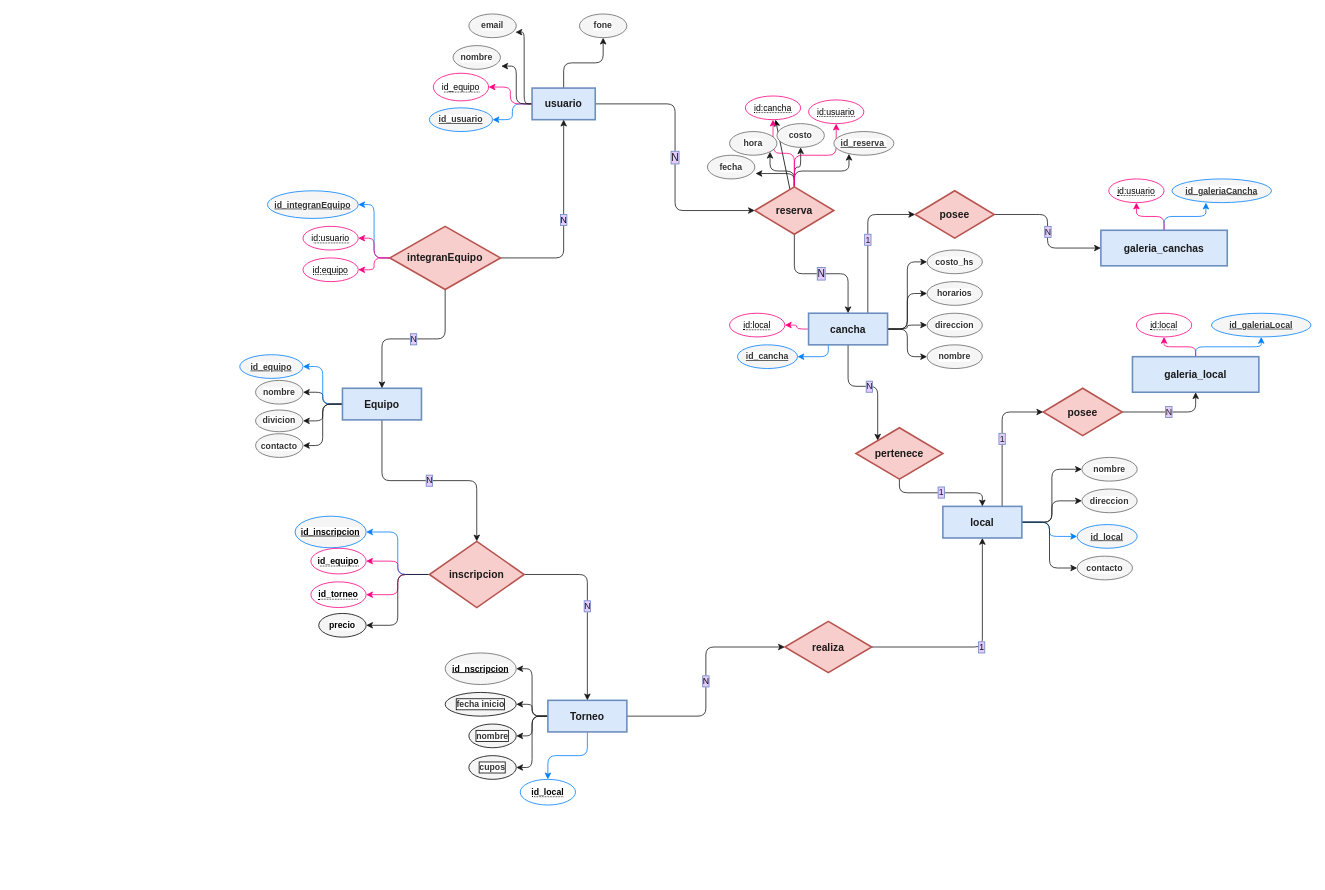
Earlier version of the draw.io diagram futbolConect.drawio (guillenec/FootballConnect). Source tidied: cells renumbered, new cells numbered last; positions are measured from the earlier drawing's top-left corner, leaving out a move shared by most shapes. Both pictures are drawn from the tidied source at 79%, with x=0, y=0 at pixel (239, 13).
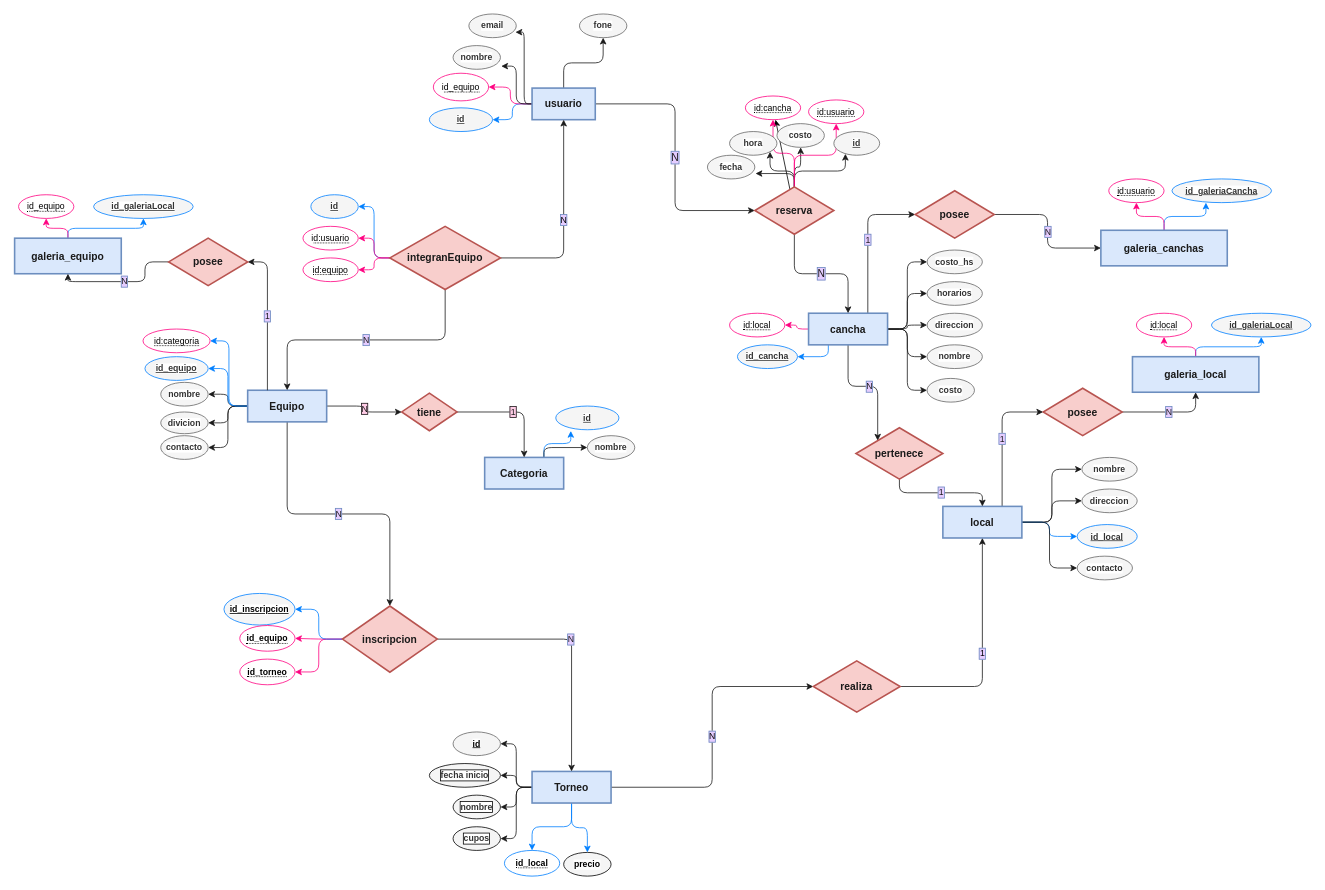
The same page after the edit.

The change refers to these unchanged cells:
```xml
<mxCell id="17" value="&lt;span style=&quot;font-size: 13px;&quot;&gt;&lt;font style=&quot;font-size: 13px;&quot;&gt;cancha&lt;/font&gt;&lt;/span&gt;" style="whiteSpace=wrap;html=1;align=center;fillColor=#dae8fc;strokeColor=#6c8ebf;fontStyle=1;fontFamily=jetbrainsmono nerd font;fontSize=13;verticalAlign=middle;strokeWidth=2;fontColor=#1A1A1A;" parent="1" vertex="1">
  <mxGeometry x="720" y="379" width="100" height="40" as="geometry" />
</mxCell>
<mxCell id="80" value="&lt;font face=&quot;jetbrainsmono nerd font&quot;&gt;&lt;b&gt;integranEquipo&lt;/b&gt;&lt;/font&gt;" style="shape=rhombus;perimeter=rhombusPerimeter;whiteSpace=wrap;html=1;align=center;fontSize=13;fillColor=#f8cecc;strokeColor=#b85450;strokeWidth=2;fontColor=#1A1A1A;" parent="1" vertex="1">
  <mxGeometry x="190" y="269" width="140" height="80" as="geometry" />
</mxCell>
```

Change to the diagram source:
```diff
@@
+    <mxCell id="113" style="edgeStyle=orthogonalEdgeStyle;html=1;strokeColor=#1A1A1A;entryX=0;entryY=0.5;entryDx=0;entryDy=0;" parent="1" edge="1" source="17" target="117">
+      <mxGeometry relative="1" as="geometry" />
+    </mxCell>
@@
+    <mxCell id="114" value="N" style="edgeStyle=orthogonalEdgeStyle;html=1;labelBackgroundColor=#FFCCE6;strokeColor=#1A1A1A;labelBorderColor=#1A1A1A;fontColor=#1A1A1A;" parent="1" edge="1" source="23" target="122">
+      <mxGeometry relative="1" as="geometry" />
+    </mxCell>
+    <mxCell id="115" style="edgeStyle=orthogonalEdgeStyle;html=1;entryX=1;entryY=0.5;entryDx=0;entryDy=0;labelBackgroundColor=#FFCCE6;labelBorderColor=#1A1A1A;strokeColor=#007FFF;fontColor=#1A1A1A;" parent="1" edge="1" source="23" target="125">
+      <mxGeometry relative="1" as="geometry" />
+    </mxCell>
     <mxCell id="23" value="&lt;span style=&quot;font-size: 13px;&quot;&gt;&lt;font style=&quot;font-size: 13px;&quot;&gt;Equipo&lt;br style=&quot;font-size: 13px;&quot;&gt;&lt;/font&gt;&lt;/span&gt;" style="whiteSpace=wrap;html=1;align=center;fillColor=#dae8fc;strokeColor=#6c8ebf;fontStyle=1;fontFamily=jetbrainsmono nerd font;fontSize=13;verticalAlign=middle;strokeWidth=2;fontColor=#1A1A1A;" parent="1" vertex="1">
-      <mxGeometry x="130" y="474" width="100" height="40" as="geometry" />
+      <mxGeometry x="10" y="476.5" width="100" height="40" as="geometry" />
     </mxCell>
@@
-    <mxCell id="34" value="id_usuario" style="ellipse;whiteSpace=wrap;html=1;align=center;fontStyle=5;labelBackgroundColor=#FFFFFF;strokeWidth=1;fontSize=11;fontColor=#333333;fillColor=#f5f5f5;strokeColor=#007FFF;" parent="1" vertex="1">
+    <mxCell id="34" value="id" style="ellipse;whiteSpace=wrap;html=1;align=center;fontStyle=5;labelBackgroundColor=#FFFFFF;strokeWidth=1;fontSize=11;fontColor=#333333;fillColor=#f5f5f5;strokeColor=#007FFF;" parent="1" vertex="1">
       <mxGeometry x="240" y="119" width="80" height="30" as="geometry" />
     </mxCell>
@@
-    <mxCell id="44" value="id_reserva&amp;nbsp;" style="ellipse;whiteSpace=wrap;html=1;align=center;fontStyle=5;labelBackgroundColor=#FFFFFF;strokeWidth=1;fontSize=11;fontColor=#333333;fillColor=#f5f5f5;strokeColor=#666666;" parent="1" vertex="1">
-      <mxGeometry x="752" y="149" width="76" height="30" as="geometry" />
+    <mxCell id="44" value="id" style="ellipse;whiteSpace=wrap;html=1;align=center;fontStyle=5;labelBackgroundColor=#FFFFFF;strokeWidth=1;fontSize=11;fontColor=#333333;fillColor=#f5f5f5;strokeColor=#666666;" parent="1" vertex="1">
+      <mxGeometry x="752" y="149" width="58" height="30" as="geometry" />
     </mxCell>
@@
+    <mxCell id="116" style="edgeStyle=orthogonalEdgeStyle;html=1;labelBackgroundColor=#FFCCE6;labelBorderColor=#1A1A1A;strokeColor=#007FFF;fontColor=#1A1A1A;" parent="1" edge="1" source="74" target="101">
+      <mxGeometry relative="1" as="geometry" />
+    </mxCell>
     <mxCell id="74" value="&lt;span style=&quot;font-size: 13px;&quot;&gt;&lt;font style=&quot;font-size: 13px;&quot;&gt;Torneo&lt;br style=&quot;font-size: 13px;&quot;&gt;&lt;/font&gt;&lt;/span&gt;" style="whiteSpace=wrap;html=1;align=center;fillColor=#dae8fc;strokeColor=#6c8ebf;fontStyle=1;fontFamily=jetbrainsmono nerd font;fontSize=13;verticalAlign=middle;strokeWidth=2;fontColor=#1A1A1A;" parent="1" vertex="1">
-      <mxGeometry x="390" y="869" width="100" height="40" as="geometry" />
+      <mxGeometry x="370" y="959" width="100" height="40" as="geometry" />
     </mxCell>
-    <mxCell id="75" value="N" style="edgeStyle=orthogonalEdgeStyle;html=1;labelBackgroundColor=#E5CCFF;labelBorderColor=#6C8EBF;strokeColor=#1A1A1A;strokeWidth=1;fontSize=11;fontColor=#1A1A1A;" parent="1" edge="1" source="80" target="23">
+    <mxCell id="75" value="N" style="edgeStyle=orthogonalEdgeStyle;html=1;labelBackgroundColor=#E5CCFF;labelBorderColor=#6C8EBF;strokeColor=#1A1A1A;strokeWidth=1;fontSize=11;fontColor=#1A1A1A;exitX=0.5;exitY=1;exitDx=0;exitDy=0;" parent="1" edge="1" source="80" target="23">
       <mxGeometry relative="1" as="geometry" />
     </mxCell>
@@
-    <mxCell id="85" style="edgeStyle=orthogonalEdgeStyle;html=1;entryX=1;entryY=0.5;entryDx=0;entryDy=0;labelBackgroundColor=#E5CCFF;labelBorderColor=#6C8EBF;strokeColor=#1A1A1A;strokeWidth=1;fontSize=11;fontColor=#000000;elbow=vertical;" parent="1" edge="1" source="86" target="101">
-      <mxGeometry relative="1" as="geometry" />
-    </mxCell>
     <mxCell id="86" value="&lt;span style=&quot;font-family: &amp;quot;jetbrainsmono nerd font&amp;quot;; font-weight: 700;&quot;&gt;inscripcion&lt;/span&gt;" style="shape=rhombus;perimeter=rhombusPerimeter;whiteSpace=wrap;html=1;align=center;fontSize=13;fillColor=#f8cecc;strokeColor=#b85450;strokeWidth=2;fontColor=#1A1A1A;" parent="1" vertex="1">
-      <mxGeometry x="240" y="667.8" width="120" height="83.8" as="geometry" />
+      <mxGeometry x="130" y="749.6" width="120" height="83.8" as="geometry" />
     </mxCell>
@@
     <mxCell id="89" value="id_equipo" style="ellipse;whiteSpace=wrap;html=1;align=center;fontStyle=5;labelBackgroundColor=#FFFFFF;strokeWidth=1;fontSize=11;fontColor=#333333;fillColor=#f5f5f5;strokeColor=#007FFF;" parent="1" vertex="1">
-      <mxGeometry y="431.5" width="80" height="30" as="geometry" />
+      <mxGeometry x="-120" y="434" width="80" height="30" as="geometry" />
     </mxCell>
     <mxCell id="90" value="nombre" style="ellipse;whiteSpace=wrap;html=1;align=center;labelBackgroundColor=#FFFFFF;strokeWidth=1;fontSize=11;fontColor=#333333;fillColor=#f5f5f5;strokeColor=#666666;fontStyle=1;" parent="1" vertex="1">
-      <mxGeometry x="20" y="464" width="60" height="30" as="geometry" />
+      <mxGeometry x="-100" y="466.5" width="60" height="30" as="geometry" />
     </mxCell>
     <mxCell id="91" value="divicion" style="ellipse;whiteSpace=wrap;html=1;align=center;labelBackgroundColor=#FFFFFF;strokeWidth=1;fontSize=11;fontColor=#333333;fillColor=#f5f5f5;strokeColor=#666666;fontStyle=1;" parent="1" vertex="1">
-      <mxGeometry x="20" y="501.5" width="60" height="27.5" as="geometry" />
+      <mxGeometry x="-100" y="504" width="60" height="27.5" as="geometry" />
     </mxCell>
     <mxCell id="92" value="contacto" style="ellipse;whiteSpace=wrap;html=1;align=center;labelBackgroundColor=#FFFFFF;strokeWidth=1;fontSize=11;fontColor=#333333;fillColor=#f5f5f5;strokeColor=#666666;fontStyle=1;" parent="1" vertex="1">
-      <mxGeometry x="20" y="531.5" width="60" height="30" as="geometry" />
+      <mxGeometry x="-100" y="534" width="60" height="30" as="geometry" />
     </mxCell>
@@
     <mxCell id="94" value="id_inscripcion" style="ellipse;whiteSpace=wrap;html=1;align=center;fontStyle=5;labelBackgroundColor=#FFFFFF;strokeWidth=1;fontSize=11;fontColor=#000000;fillColor=#f5f5f5;strokeColor=#007FFF;" parent="1" vertex="1">
-      <mxGeometry x="70" y="635.9" width="90" height="40" as="geometry" />
+      <mxGeometry x="-20" y="733.7" width="90" height="40" as="geometry" />
     </mxCell>
     <mxCell id="95" value="&lt;span style=&quot;border-bottom: 1px dotted; font-size: 11px;&quot;&gt;&lt;font style=&quot;font-size: 11px;&quot;&gt;&lt;span style=&quot;font-size: 11px;&quot;&gt;id_equipo&lt;/span&gt;&lt;/font&gt;&lt;br style=&quot;font-size: 11px;&quot;&gt;&lt;/span&gt;" style="ellipse;whiteSpace=wrap;html=1;align=center;labelBackgroundColor=#FFFFFF;strokeWidth=1;fontSize=11;fontColor=#000000;fillColor=#FFFFFF;gradientColor=none;strokeColor=#FF0080;fontStyle=1;" parent="1" vertex="1">
-      <mxGeometry x="90" y="676.5" width="70" height="32.5" as="geometry" />
+      <mxGeometry y="774.3" width="70" height="32.5" as="geometry" />
     </mxCell>
     <mxCell id="96" value="&lt;span style=&quot;border-bottom: 1px dotted; font-size: 11px;&quot;&gt;&lt;font style=&quot;font-size: 11px;&quot;&gt;&lt;span style=&quot;font-size: 11px;&quot;&gt;id_torneo&lt;/span&gt;&lt;/font&gt;&lt;br style=&quot;font-size: 11px;&quot;&gt;&lt;/span&gt;" style="ellipse;whiteSpace=wrap;html=1;align=center;labelBackgroundColor=#FFFFFF;strokeWidth=1;fontSize=11;fontColor=#000000;fillColor=#FFFFFF;gradientColor=none;strokeColor=#FF0080;fontStyle=1;" parent="1" vertex="1">
-      <mxGeometry x="90" y="719" width="70" height="32.5" as="geometry" />
+      <mxGeometry y="816.8" width="70" height="32.5" as="geometry" />
     </mxCell>
-    <mxCell id="97" value="id_nscripcion" style="ellipse;whiteSpace=wrap;html=1;align=center;fontStyle=5;labelBackgroundColor=#FFFFFF;strokeWidth=1;fontSize=11;fontColor=#000000;fillColor=#f5f5f5;strokeColor=#666666;" parent="1" vertex="1">
-      <mxGeometry x="260" y="809" width="90" height="40" as="geometry" />
+    <mxCell id="97" value="id" style="ellipse;whiteSpace=wrap;html=1;align=center;fontStyle=5;labelBackgroundColor=#FFFFFF;strokeWidth=1;fontSize=11;fontColor=#000000;fillColor=#f5f5f5;strokeColor=#666666;" parent="1" vertex="1">
+      <mxGeometry x="270" y="909" width="60" height="30" as="geometry" />
     </mxCell>
     <mxCell id="98" value="nombre" style="ellipse;whiteSpace=wrap;html=1;align=center;labelBackgroundColor=#FFFFFF;strokeWidth=1;fontSize=11;fontColor=#333333;fillColor=#f5f5f5;strokeColor=#000000;fontStyle=1;labelBorderColor=default;" parent="1" vertex="1">
-      <mxGeometry x="290" y="899" width="60" height="30" as="geometry" />
+      <mxGeometry x="270" y="989" width="60" height="30" as="geometry" />
     </mxCell>
     <mxCell id="99" value="fecha inicio" style="ellipse;whiteSpace=wrap;html=1;align=center;labelBackgroundColor=#FFFFFF;strokeWidth=1;fontSize=11;fontColor=#333333;fillColor=#f5f5f5;strokeColor=#000000;fontStyle=1;labelBorderColor=default;" parent="1" vertex="1">
-      <mxGeometry x="260" y="859" width="90" height="30" as="geometry" />
+      <mxGeometry x="240" y="949" width="90" height="30" as="geometry" />
     </mxCell>
     <mxCell id="100" value="cupos" style="ellipse;whiteSpace=wrap;html=1;align=center;labelBackgroundColor=#FFFFFF;strokeWidth=1;fontSize=11;fontColor=#333333;fillColor=#f5f5f5;strokeColor=#000000;fontStyle=1;labelBorderColor=default;" parent="1" vertex="1">
-      <mxGeometry x="290" y="939" width="60" height="30" as="geometry" />
+      <mxGeometry x="270" y="1029" width="60" height="30" as="geometry" />
     </mxCell>
-    <mxCell id="101" value="precio" style="ellipse;whiteSpace=wrap;html=1;align=center;labelBackgroundColor=#FFFFFF;strokeWidth=1;fontSize=11;fontColor=#000000;fillColor=#f5f5f5;strokeColor=#000000;fontStyle=1;" parent="1" vertex="1">
-      <mxGeometry x="100" y="759" width="60" height="30" as="geometry" />
-    </mxCell>
@@
     <mxCell id="103" value="&lt;span style=&quot;font-family: &amp;quot;jetbrainsmono nerd font&amp;quot;; font-weight: 700;&quot;&gt;realiza&lt;/span&gt;" style="shape=rhombus;perimeter=rhombusPerimeter;whiteSpace=wrap;html=1;align=center;fontSize=13;fillColor=#f8cecc;strokeColor=#b85450;strokeWidth=2;fontColor=#1A1A1A;" parent="1" vertex="1">
-      <mxGeometry x="690" y="769" width="110" height="65" as="geometry" />
+      <mxGeometry x="726" y="819" width="110" height="65" as="geometry" />
     </mxCell>
     <mxCell id="104" value="&lt;span style=&quot;border-bottom: 1px dotted; font-size: 11px;&quot;&gt;&lt;font style=&quot;font-size: 11px;&quot;&gt;&lt;span style=&quot;font-size: 11px;&quot;&gt;id_local&lt;/span&gt;&lt;/font&gt;&lt;br style=&quot;font-size: 11px;&quot;&gt;&lt;/span&gt;" style="ellipse;whiteSpace=wrap;html=1;align=center;labelBackgroundColor=#FFFFFF;strokeWidth=1;fontSize=11;fontColor=#000000;fillColor=#FFFFFF;gradientColor=none;strokeColor=#007FFF;fontStyle=1;" parent="1" vertex="1">
-      <mxGeometry x="355" y="969" width="70" height="32.5" as="geometry" />
+      <mxGeometry x="335" y="1059" width="70" height="32.5" as="geometry" />
     </mxCell>
-    <mxCell id="105" value="id_integranEquipo" style="ellipse;whiteSpace=wrap;html=1;align=center;fontStyle=5;labelBackgroundColor=#FFFFFF;strokeWidth=1;fontSize=11;fontColor=#333333;fillColor=#f5f5f5;strokeColor=#007FFF;" parent="1" vertex="1">
-      <mxGeometry x="35" y="224" width="115" height="35" as="geometry" />
+    <mxCell id="105" value="id" style="ellipse;whiteSpace=wrap;html=1;align=center;fontStyle=5;labelBackgroundColor=#FFFFFF;strokeWidth=1;fontSize=11;fontColor=#333333;fillColor=#f5f5f5;strokeColor=#007FFF;" parent="1" vertex="1">
+      <mxGeometry x="90" y="229" width="60" height="30" as="geometry" />
     </mxCell>
@@
+    <mxCell id="117" value="costo" style="ellipse;whiteSpace=wrap;html=1;align=center;labelBackgroundColor=#FFFFFF;strokeWidth=1;fontSize=11;fontColor=#333333;fillColor=#f5f5f5;strokeColor=#666666;fontStyle=1;" parent="1" vertex="1">
+      <mxGeometry x="870" y="461.5" width="60" height="30" as="geometry" />
+    </mxCell>
+    <mxCell id="118" style="edgeStyle=orthogonalEdgeStyle;html=1;exitX=0.75;exitY=0;exitDx=0;exitDy=0;entryX=0.238;entryY=1.05;entryDx=0;entryDy=0;entryPerimeter=0;labelBackgroundColor=#FFCCE6;labelBorderColor=#1A1A1A;strokeColor=#007FFF;fontColor=#1A1A1A;" parent="1" edge="1" source="120" target="123">
+      <mxGeometry relative="1" as="geometry" />
+    </mxCell>
+    <mxCell id="119" style="edgeStyle=orthogonalEdgeStyle;html=1;exitX=0.75;exitY=0;exitDx=0;exitDy=0;labelBackgroundColor=#FFCCE6;labelBorderColor=#1A1A1A;strokeColor=#1A1A1A;fontColor=#1A1A1A;" parent="1" edge="1" source="120" target="124">
+      <mxGeometry relative="1" as="geometry" />
+    </mxCell>
+    <mxCell id="120" value="&lt;span style=&quot;font-size: 13px;&quot;&gt;&lt;font style=&quot;font-size: 13px;&quot;&gt;Categoria&lt;br style=&quot;font-size: 13px;&quot;&gt;&lt;/font&gt;&lt;/span&gt;" style="whiteSpace=wrap;html=1;align=center;fillColor=#dae8fc;strokeColor=#6c8ebf;fontStyle=1;fontFamily=jetbrainsmono nerd font;fontSize=13;verticalAlign=middle;strokeWidth=2;fontColor=#1A1A1A;" parent="1" vertex="1">
+      <mxGeometry x="310" y="561.5" width="100" height="40" as="geometry" />
+    </mxCell>
+    <mxCell id="121" value="1" style="edgeStyle=orthogonalEdgeStyle;html=1;labelBackgroundColor=#FFCCE6;labelBorderColor=#1A1A1A;strokeColor=#1A1A1A;fontColor=#1A1A1A;" parent="1" edge="1" source="122" target="120">
+      <mxGeometry relative="1" as="geometry" />
+    </mxCell>
+    <mxCell id="122" value="&lt;span style=&quot;font-family: &amp;quot;jetbrainsmono nerd font&amp;quot;; font-weight: 700;&quot;&gt;tiene&lt;/span&gt;" style="shape=rhombus;perimeter=rhombusPerimeter;whiteSpace=wrap;html=1;align=center;fontSize=13;fillColor=#f8cecc;strokeColor=#b85450;strokeWidth=2;fontColor=#1A1A1A;" parent="1" vertex="1">
+      <mxGeometry x="205" y="480.2" width="70" height="47.5" as="geometry" />
+    </mxCell>
+    <mxCell id="123" value="id" style="ellipse;whiteSpace=wrap;html=1;align=center;fontStyle=5;labelBackgroundColor=#FFFFFF;strokeWidth=1;fontSize=11;fontColor=#333333;fillColor=#f5f5f5;strokeColor=#007FFF;" parent="1" vertex="1">
+      <mxGeometry x="400" y="496.5" width="80" height="30" as="geometry" />
+    </mxCell>
+    <mxCell id="124" value="nombre" style="ellipse;whiteSpace=wrap;html=1;align=center;labelBackgroundColor=#FFFFFF;strokeWidth=1;fontSize=11;fontColor=#333333;fillColor=#f5f5f5;strokeColor=#666666;fontStyle=1;" parent="1" vertex="1">
+      <mxGeometry x="440" y="534" width="60" height="30" as="geometry" />
+    </mxCell>
+    <mxCell id="125" value="&lt;span style=&quot;border-bottom: 1px dotted&quot;&gt;&lt;font size=&quot;1&quot; style=&quot;&quot;&gt;&lt;span style=&quot;font-size: 11px;&quot;&gt;id:categoria&lt;/span&gt;&lt;/font&gt;&lt;br&gt;&lt;/span&gt;" style="ellipse;whiteSpace=wrap;html=1;align=center;labelBackgroundColor=#FFFFFF;strokeWidth=1;fontSize=11;fontColor=#000000;fillColor=#FFFFFF;gradientColor=none;strokeColor=#FF0080;fontStyle=0;" parent="1" vertex="1">
+      <mxGeometry x="-122.5" y="399" width="85" height="30" as="geometry" />
+    </mxCell>
+    <mxCell id="101" value="precio" style="ellipse;whiteSpace=wrap;html=1;align=center;labelBackgroundColor=#FFFFFF;strokeWidth=1;fontSize=11;fontColor=#000000;fillColor=#f5f5f5;strokeColor=#000000;fontStyle=1;" parent="1" vertex="1">
+      <mxGeometry x="410" y="1061.5" width="60" height="30" as="geometry" />
+    </mxCell>
+    <mxCell id="126" value="1" style="html=1;exitX=0.25;exitY=0;exitDx=0;exitDy=0;labelBackgroundColor=#E5CCFF;labelBorderColor=#6C8EBF;strokeColor=#1A1A1A;strokeWidth=1;fontSize=11;fontColor=#1A1A1A;entryX=1;entryY=0.5;entryDx=0;entryDy=0;edgeStyle=orthogonalEdgeStyle;" parent="1" edge="1" source="23" target="132">
+      <mxGeometry relative="1" as="geometry" />
+    </mxCell>
+    <mxCell id="127" style="edgeStyle=orthogonalEdgeStyle;html=1;entryX=0.5;entryY=1;entryDx=0;entryDy=0;labelBackgroundColor=#E5CCFF;labelBorderColor=#6C8EBF;strokeColor=#007FFF;strokeWidth=1;fontSize=11;fontColor=#1A1A1A;exitX=0.5;exitY=0;exitDx=0;exitDy=0;" parent="1" edge="1" source="129" target="130">
+      <mxGeometry relative="1" as="geometry" />
+    </mxCell>
+    <mxCell id="128" style="edgeStyle=orthogonalEdgeStyle;html=1;strokeColor=#FF0080;fontColor=#FF0080;" parent="1" edge="1" source="129" target="133">
+      <mxGeometry relative="1" as="geometry" />
+    </mxCell>
+    <mxCell id="129" value="galeria_equipo" style="whiteSpace=wrap;html=1;align=center;fillColor=#dae8fc;strokeColor=#6c8ebf;fontStyle=1;fontFamily=jetbrainsmono nerd font;fontSize=13;verticalAlign=middle;strokeWidth=2;fontColor=#1A1A1A;" parent="1" vertex="1">
+      <mxGeometry x="-285" y="284" width="135" height="45" as="geometry" />
+    </mxCell>
+    <mxCell id="130" value="id_galeriaLocal" style="ellipse;whiteSpace=wrap;html=1;align=center;fontStyle=5;labelBackgroundColor=#FFFFFF;strokeWidth=1;fontSize=11;fontColor=#333333;fillColor=#f5f5f5;strokeColor=#007FFF;" parent="1" vertex="1">
+      <mxGeometry x="-185" y="229" width="126" height="30" as="geometry" />
+    </mxCell>
+    <mxCell id="131" value="N" style="html=1;entryX=0.5;entryY=1;entryDx=0;entryDy=0;labelBackgroundColor=#E5CCFF;labelBorderColor=#6C8EBF;strokeColor=#1A1A1A;strokeWidth=1;fontSize=11;fontColor=#1A1A1A;exitX=0;exitY=0.5;exitDx=0;exitDy=0;edgeStyle=orthogonalEdgeStyle;" parent="1" edge="1" source="132" target="129">
+      <mxGeometry relative="1" as="geometry" />
+    </mxCell>
+    <mxCell id="132" value="&lt;span style=&quot;font-family: &amp;quot;jetbrainsmono nerd font&amp;quot;; font-weight: 700;&quot;&gt;posee&lt;/span&gt;" style="shape=rhombus;perimeter=rhombusPerimeter;whiteSpace=wrap;html=1;align=center;fontSize=13;fillColor=#f8cecc;strokeColor=#b85450;strokeWidth=2;fontColor=#1A1A1A;" parent="1" vertex="1">
+      <mxGeometry x="-90" y="284" width="100" height="60" as="geometry" />
+    </mxCell>
+    <mxCell id="133" value="&lt;span style=&quot;border-bottom: 1px dotted&quot;&gt;&lt;font size=&quot;1&quot; style=&quot;&quot;&gt;&lt;span style=&quot;font-size: 11px;&quot;&gt;id_equipo&lt;/span&gt;&lt;/font&gt;&lt;br&gt;&lt;/span&gt;" style="ellipse;whiteSpace=wrap;html=1;align=center;labelBackgroundColor=#FFFFFF;strokeWidth=1;fontSize=11;fontColor=#000000;fillColor=#FFFFFF;gradientColor=none;strokeColor=#FF0080;fontStyle=0;" parent="1" vertex="1">
+      <mxGeometry x="-280" y="229" width="70" height="30" as="geometry" />
+    </mxCell>
```
